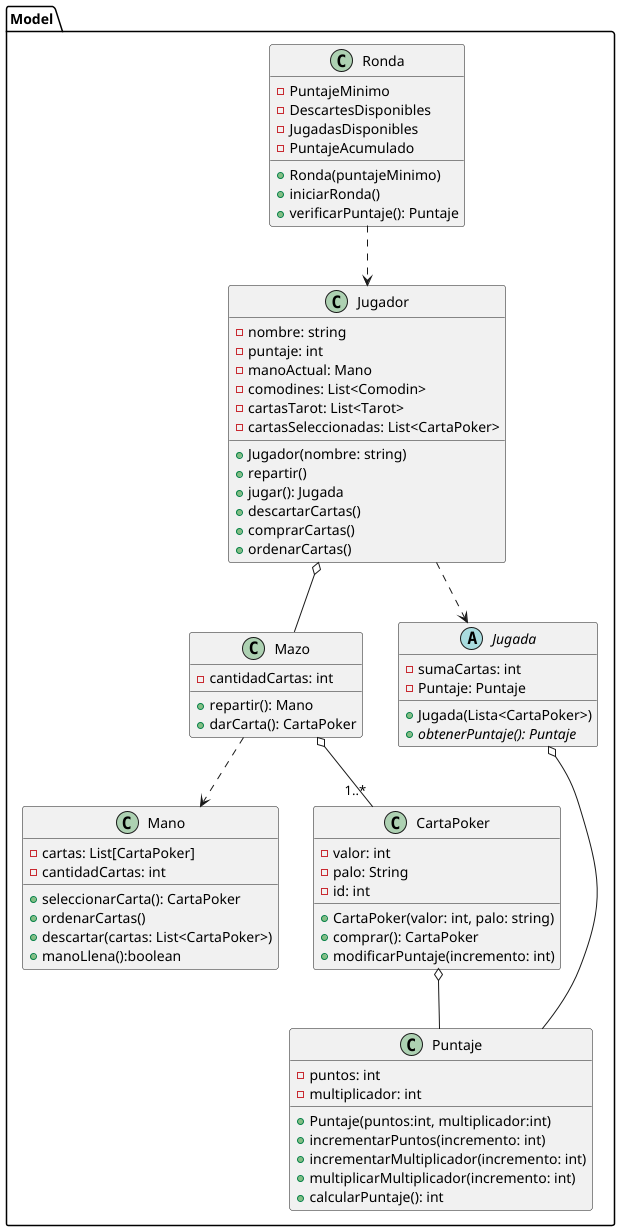
The PlantUML diagram diagrams/classes/clasesBalatro2.png in carruizdiaz1109/UBAlatro, before a commit. Its source is kept beside it as diagrams/classes/clasesBalatro2.puml.
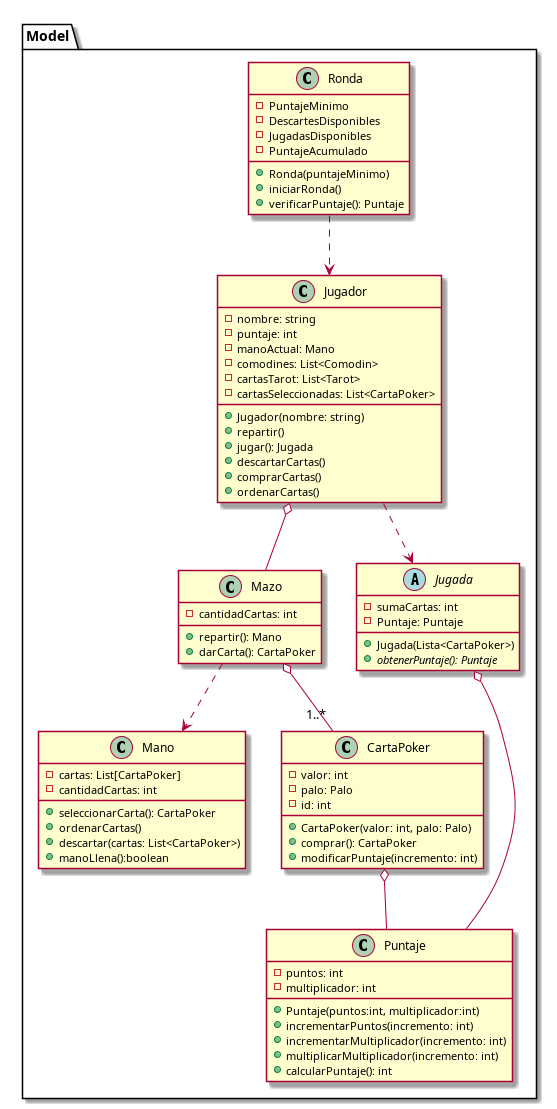
After the change.

Change to the diagram source:
```diff
@@ -45,9 +45,9 @@
 
 class CartaPoker {
     - valor: int
-    - palo: String
+    - palo: Palo
     - id: int
-    + CartaPoker(valor: int, palo: string)
+    + CartaPoker(valor: int, palo: Palo)
     + comprar(): CartaPoker
     + modificarPuntaje(incremento: int)
 }
```
